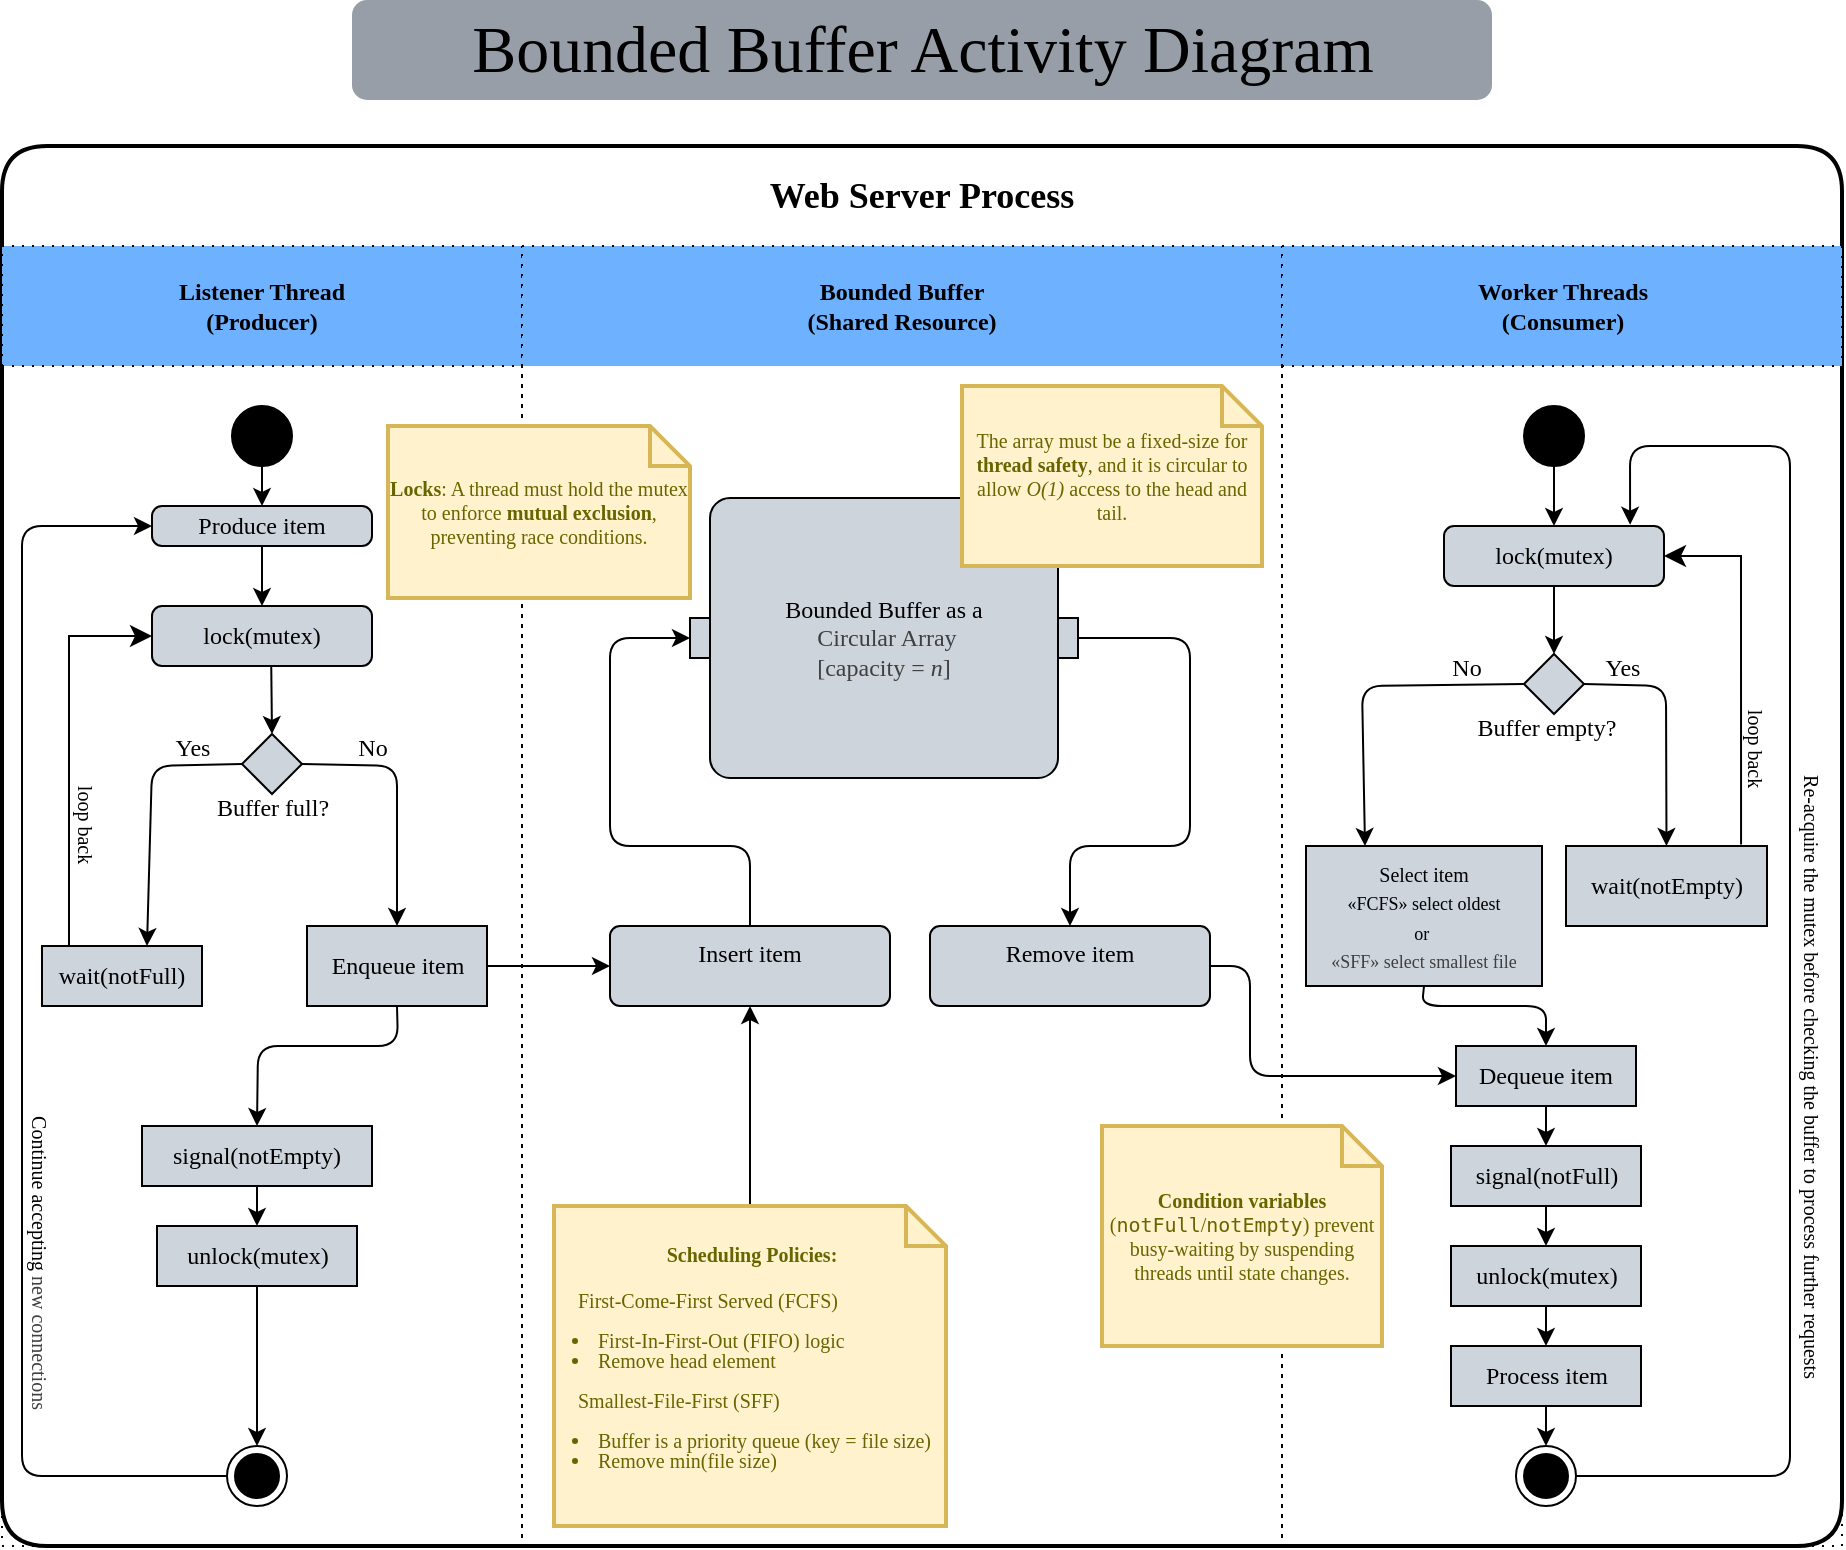
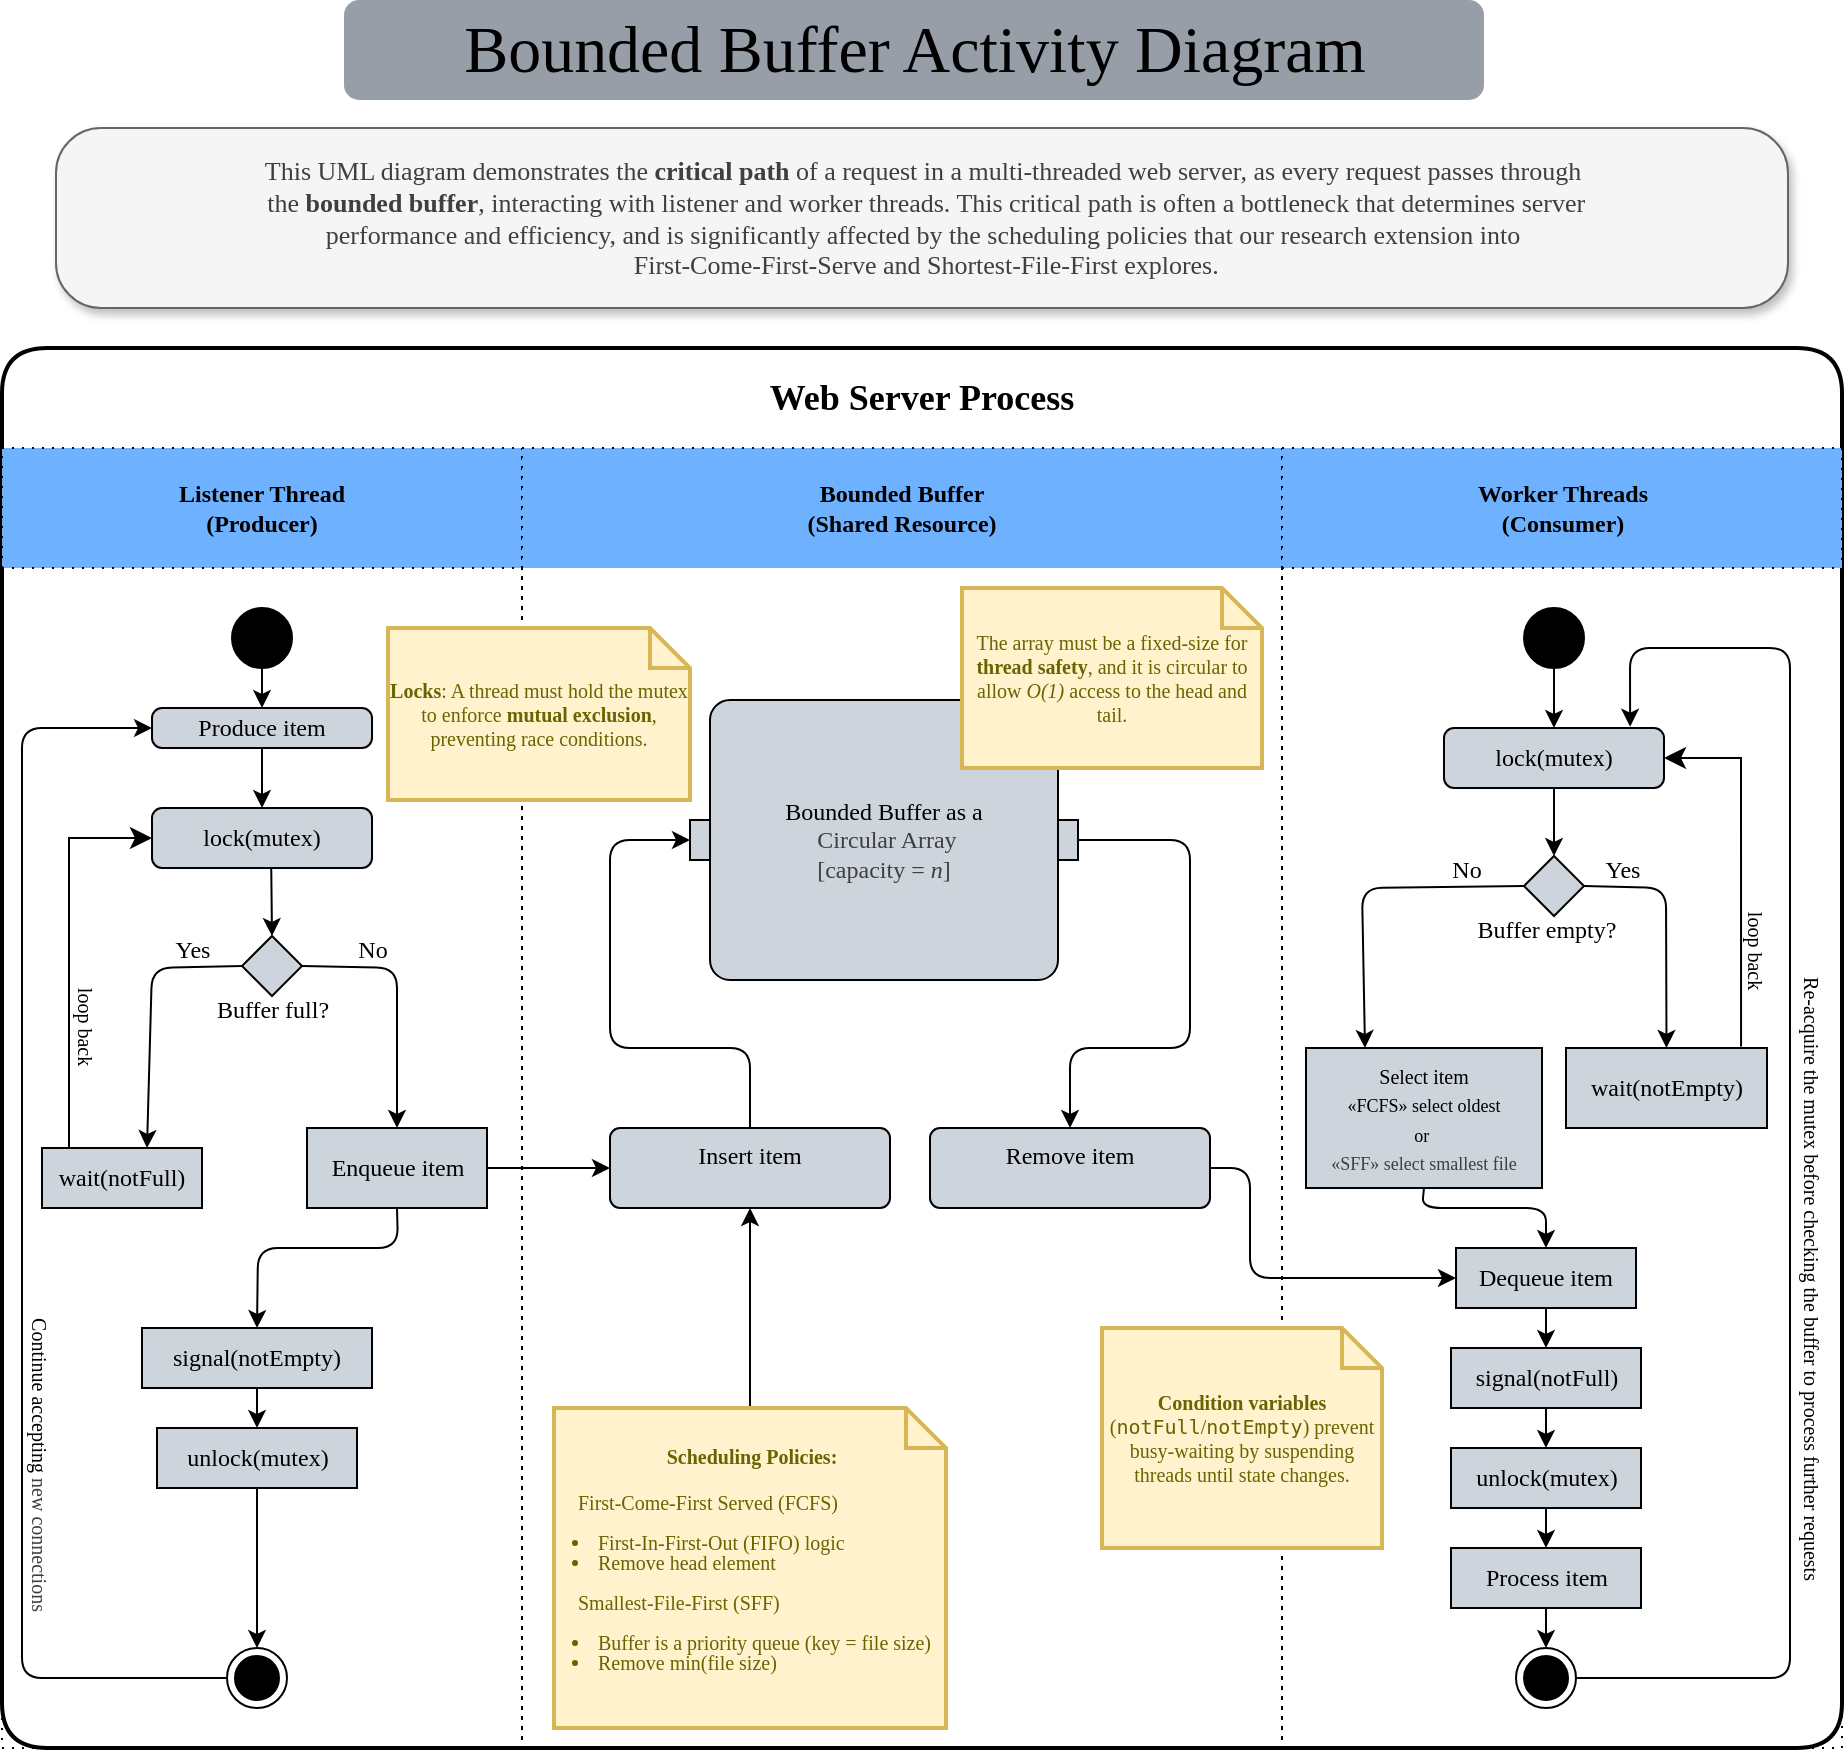
<mxfile host="65bd71144e">
    <diagram id="2PpLBh8199n8eQaGrzBX" name="Page-1">
-         <mxGraphModel dx="1231" dy="759" grid="0" gridSize="1" guides="1" tooltips="1" connect="1" arrows="1" fold="1" page="1" pageScale="1" pageWidth="932" pageHeight="832" background="#FFFFFF" math="0" shadow="0">
+         <mxGraphModel dx="1796" dy="1030" grid="0" gridSize="1" guides="1" tooltips="1" connect="1" arrows="1" fold="1" page="1" pageScale="1" pageWidth="932" pageHeight="932" background="#FFFFFF" math="0" shadow="0">
            <root>
                <mxCell id="0"/>
                <mxCell id="1" parent="0"/>
-                 <mxCell id="2" value="&lt;span style=&quot;font-size: 32.9784px; text-align: start; white-space-collapse: preserve;&quot;&gt;Bounded Buffer Activity Diagram&lt;/span&gt;" style="text;html=1;align=center;verticalAlign=middle;resizable=0;points=[];autosize=1;strokeColor=none;fillColor=#979EA8;labelBackgroundColor=#979EA8;fontFamily=Verdana;rounded=1;" vertex="1" parent="1">
-                     <mxGeometry x="181" y="27" width="570" height="50" as="geometry"/>
-                 </mxCell>
-                 <mxCell id="3" value="&lt;font style=&quot;font-size: 18px;&quot;&gt;Web Server Process&lt;/font&gt;" style="swimlane;html=1;childLayout=stackLayout;resizeParent=1;resizeParentMax=0;startSize=50;whiteSpace=wrap;autosize=1;aspect=fixed;fontFamily=Verdana;labelBorderColor=none;swimlaneFillColor=none;strokeColor=default;strokeWidth=2;perimeterSpacing=4;swimlaneLine=0;rounded=1;glass=0;" vertex="1" parent="1">
-                     <mxGeometry x="6" y="100" width="920" height="700" as="geometry"/>
-                 </mxCell>
-                 <mxCell id="4" value="&lt;font&gt;Listener Thread&lt;/font&gt;&lt;div&gt;&lt;font&gt;(Producer)&lt;/font&gt;&lt;/div&gt;" style="swimlane;html=1;startSize=60;fontFamily=Verdana;whiteSpace=wrap;fillColor=#6DB1FF;strokeColor=default;dashed=1;dashPattern=1 4;" vertex="1" parent="3">
+                 <mxCell id="2" value="&lt;span style=&quot;font-size: 32.9784px; text-align: start; white-space-collapse: preserve;&quot;&gt;Bounded Buffer Activity Diagram&lt;/span&gt;" style="text;html=1;align=center;verticalAlign=middle;resizable=0;points=[];autosize=1;strokeColor=none;fillColor=#979EA8;labelBackgroundColor=#979EA8;fontFamily=Verdana;rounded=1;" parent="1" vertex="1">
+                     <mxGeometry x="177" y="31" width="570" height="50" as="geometry"/>
+                 </mxCell>
+                 <mxCell id="3" value="&lt;font style=&quot;font-size: 18px;&quot;&gt;Web Server Process&lt;/font&gt;" style="swimlane;html=1;childLayout=stackLayout;resizeParent=1;resizeParentMax=0;startSize=50;whiteSpace=wrap;autosize=1;aspect=fixed;fontFamily=Verdana;labelBorderColor=none;swimlaneFillColor=none;strokeColor=default;strokeWidth=2;perimeterSpacing=4;swimlaneLine=0;rounded=1;glass=0;" parent="1" vertex="1">
+                     <mxGeometry x="6" y="205" width="920" height="700" as="geometry"/>
+                 </mxCell>
+                 <mxCell id="4" value="&lt;font&gt;Listener Thread&lt;/font&gt;&lt;div&gt;&lt;font&gt;(Producer)&lt;/font&gt;&lt;/div&gt;" style="swimlane;html=1;startSize=60;fontFamily=Verdana;whiteSpace=wrap;fillColor=#6DB1FF;strokeColor=default;dashed=1;dashPattern=1 4;" parent="3" vertex="1">
                    <mxGeometry y="50" width="260" height="650" as="geometry"/>
                </mxCell>
-                 <mxCell id="47" style="edgeStyle=none;html=1;exitX=0;exitY=0.5;exitDx=0;exitDy=0;entryX=0;entryY=0.5;entryDx=0;entryDy=0;fontFamily=Verdana;" edge="1" parent="4" source="10" target="21">
+                 <mxCell id="47" style="edgeStyle=none;html=1;exitX=0;exitY=0.5;exitDx=0;exitDy=0;entryX=0;entryY=0.5;entryDx=0;entryDy=0;fontFamily=Verdana;" parent="4" source="10" target="21" edge="1">
                    <mxGeometry relative="1" as="geometry">
                        <Array as="points">
                            <mxPoint x="10" y="615"/>
                            <mxPoint x="10" y="140"/>
                        </Array>
                    </mxGeometry>
                </mxCell>
-                 <mxCell id="10" value="" style="ellipse;html=1;shape=endState;fillColor=strokeColor;fontFamily=Verdana;" vertex="1" parent="4">
+                 <mxCell id="10" value="" style="ellipse;html=1;shape=endState;fillColor=strokeColor;fontFamily=Verdana;" parent="4" vertex="1">
                    <mxGeometry x="112.5" y="600" width="30" height="30" as="geometry"/>
                </mxCell>
-                 <mxCell id="35" style="edgeStyle=none;html=1;exitX=0.5;exitY=1;exitDx=0;exitDy=0;entryX=0.5;entryY=0;entryDx=0;entryDy=0;fontFamily=Verdana;" edge="1" parent="4" source="11" target="21">
-                     <mxGeometry relative="1" as="geometry"/>
-                 </mxCell>
-                 <mxCell id="11" value="" style="ellipse;fillColor=strokeColor;html=1;fontFamily=Verdana;" vertex="1" parent="4">
+                 <mxCell id="35" style="edgeStyle=none;html=1;exitX=0.5;exitY=1;exitDx=0;exitDy=0;entryX=0.5;entryY=0;entryDx=0;entryDy=0;fontFamily=Verdana;" parent="4" source="11" target="21" edge="1">
+                     <mxGeometry relative="1" as="geometry"/>
+                 </mxCell>
+                 <mxCell id="11" value="" style="ellipse;fillColor=strokeColor;html=1;fontFamily=Verdana;" parent="4" vertex="1">
                    <mxGeometry x="115" y="80" width="30" height="30" as="geometry"/>
                </mxCell>
-                 <mxCell id="36" style="edgeStyle=none;html=1;exitX=0.5;exitY=1;exitDx=0;exitDy=0;entryX=0.5;entryY=0;entryDx=0;entryDy=0;fontFamily=Verdana;" edge="1" parent="4" source="21" target="22">
+                 <mxCell id="36" style="edgeStyle=none;html=1;exitX=0.5;exitY=1;exitDx=0;exitDy=0;entryX=0.5;entryY=0;entryDx=0;entryDy=0;fontFamily=Verdana;" parent="4" source="21" target="22" edge="1">
                    <mxGeometry relative="1" as="geometry">
                        <mxPoint x="120" y="210" as="targetPoint"/>
                    </mxGeometry>
                </mxCell>
-                 <mxCell id="21" value="Produce item" style="html=1;align=center;verticalAlign=middle;rounded=1;absoluteArcSize=1;arcSize=10;dashed=0;whiteSpace=wrap;fontFamily=Verdana;fillColor=#CED4DB;" vertex="1" parent="4">
+                 <mxCell id="21" value="Produce item" style="html=1;align=center;verticalAlign=middle;rounded=1;absoluteArcSize=1;arcSize=10;dashed=0;whiteSpace=wrap;fontFamily=Verdana;fillColor=#CED4DB;" parent="4" vertex="1">
                    <mxGeometry x="75" y="130" width="110" height="20" as="geometry"/>
                </mxCell>
-                 <mxCell id="46" style="edgeStyle=none;html=1;exitX=0.5;exitY=1;exitDx=0;exitDy=0;fontFamily=Verdana;entryX=0.5;entryY=0;entryDx=0;entryDy=0;" edge="1" parent="4" source="43" target="10">
+                 <mxCell id="46" style="edgeStyle=none;html=1;exitX=0.5;exitY=1;exitDx=0;exitDy=0;fontFamily=Verdana;entryX=0.5;entryY=0;entryDx=0;entryDy=0;" parent="4" source="43" target="10" edge="1">
                    <mxGeometry relative="1" as="geometry">
                        <mxPoint x="130" y="570" as="targetPoint"/>
                    </mxGeometry>
                </mxCell>
-                 <mxCell id="50" value="&lt;font&gt;Continue accepting&amp;nbsp;&lt;/font&gt;&lt;span style=&quot;color: rgb(63, 63, 63); background-color: transparent;&quot;&gt;new connections&lt;/span&gt;" style="text;html=1;align=center;verticalAlign=middle;resizable=0;points=[];autosize=1;strokeColor=none;fillColor=none;fontSize=10;glass=1;rotation=90;fontFamily=Verdana;" vertex="1" parent="4">
+                 <mxCell id="50" value="&lt;font&gt;Continue accepting&amp;nbsp;&lt;/font&gt;&lt;span style=&quot;color: rgb(63, 63, 63); background-color: transparent;&quot;&gt;new connections&lt;/span&gt;" style="text;html=1;align=center;verticalAlign=middle;resizable=0;points=[];autosize=1;strokeColor=none;fillColor=none;fontSize=10;glass=1;rotation=90;fontFamily=Verdana;" parent="4" vertex="1">
                    <mxGeometry x="-86" y="493" width="210" height="30" as="geometry"/>
                </mxCell>
-                 <mxCell id="53" value="&lt;font&gt;loop back&lt;/font&gt;" style="text;html=1;align=center;verticalAlign=middle;resizable=0;points=[];autosize=1;strokeColor=none;fillColor=none;rotation=90;fontFamily=Verdana;fontSize=10;" vertex="1" parent="4">
+                 <mxCell id="53" value="&lt;font&gt;loop back&lt;/font&gt;" style="text;html=1;align=center;verticalAlign=middle;resizable=0;points=[];autosize=1;strokeColor=none;fillColor=none;rotation=90;fontFamily=Verdana;fontSize=10;" parent="4" vertex="1">
                    <mxGeometry x="7" y="274" width="70" height="30" as="geometry"/>
                </mxCell>
-                 <mxCell id="22" value="lock(mutex)" style="html=1;align=center;verticalAlign=middle;rounded=1;absoluteArcSize=1;arcSize=10;dashed=0;whiteSpace=wrap;fontFamily=Verdana;fillColor=#CED4DB;" vertex="1" parent="4">
+                 <mxCell id="22" value="lock(mutex)" style="html=1;align=center;verticalAlign=middle;rounded=1;absoluteArcSize=1;arcSize=10;dashed=0;whiteSpace=wrap;fontFamily=Verdana;fillColor=#CED4DB;" parent="4" vertex="1">
                    <mxGeometry x="75" y="180" width="110" height="30" as="geometry"/>
                </mxCell>
-                 <mxCell id="37" style="edgeStyle=none;html=1;exitX=0.542;exitY=0.986;exitDx=0;exitDy=0;entryX=0.5;entryY=0;entryDx=0;entryDy=0;fontFamily=Verdana;exitPerimeter=0;" edge="1" parent="4" source="22" target="23">
+                 <mxCell id="37" style="edgeStyle=none;html=1;exitX=0.542;exitY=0.986;exitDx=0;exitDy=0;entryX=0.5;entryY=0;entryDx=0;entryDy=0;fontFamily=Verdana;exitPerimeter=0;" parent="4" source="22" target="23" edge="1">
                    <mxGeometry relative="1" as="geometry">
                        <mxPoint x="135" y="300" as="targetPoint"/>
                    </mxGeometry>
                </mxCell>
-                 <mxCell id="29" value="" style="edgeStyle=segmentEdgeStyle;endArrow=classic;html=1;curved=0;rounded=0;endSize=8;startSize=8;sourcePerimeterSpacing=0;targetPerimeterSpacing=0;entryX=0;entryY=0.5;entryDx=0;entryDy=0;fontFamily=Verdana;" edge="1" parent="4" source="25" target="22">
+                 <mxCell id="29" value="" style="edgeStyle=segmentEdgeStyle;endArrow=classic;html=1;curved=0;rounded=0;endSize=8;startSize=8;sourcePerimeterSpacing=0;targetPerimeterSpacing=0;entryX=0;entryY=0.5;entryDx=0;entryDy=0;fontFamily=Verdana;" parent="4" source="25" target="22" edge="1">
                    <mxGeometry width="100" relative="1" as="geometry">
                        <mxPoint x="33.78571428571422" y="290" as="sourcePoint"/>
                        <mxPoint x="20.03571428571422" y="222" as="targetPoint"/>
                        <Array as="points">
                            <mxPoint x="33.5" y="195"/>
                        </Array>
                    </mxGeometry>
                </mxCell>
-                 <mxCell id="25" value="wait(notFull)" style="whiteSpace=wrap;html=1;fontFamily=Verdana;fillColor=#CED4DB;" vertex="1" parent="4">
+                 <mxCell id="25" value="wait(notFull)" style="whiteSpace=wrap;html=1;fontFamily=Verdana;fillColor=#CED4DB;" parent="4" vertex="1">
                    <mxGeometry x="20" y="350" width="80" height="30" as="geometry"/>
                </mxCell>
-                 <mxCell id="34" value="Enqueue item" style="whiteSpace=wrap;html=1;fontFamily=Verdana;fillColor=#CED4DB;" vertex="1" parent="4">
+                 <mxCell id="34" value="Enqueue item" style="whiteSpace=wrap;html=1;fontFamily=Verdana;fillColor=#CED4DB;" parent="4" vertex="1">
                    <mxGeometry x="152.5" y="340" width="90" height="40" as="geometry"/>
                </mxCell>
-                 <mxCell id="27" style="edgeStyle=none;html=1;exitX=0;exitY=0.5;exitDx=0;exitDy=0;entryX=0.5;entryY=0;entryDx=0;entryDy=0;fontFamily=Verdana;" edge="1" parent="4" source="23">
+                 <mxCell id="27" style="edgeStyle=none;html=1;exitX=0;exitY=0.5;exitDx=0;exitDy=0;entryX=0.5;entryY=0;entryDx=0;entryDy=0;fontFamily=Verdana;" parent="4" source="23" edge="1">
                    <mxGeometry relative="1" as="geometry">
                        <mxPoint x="72.5" y="350" as="targetPoint"/>
                        <Array as="points">
                            <mxPoint x="75" y="260"/>
                        </Array>
                    </mxGeometry>
                </mxCell>
-                 <mxCell id="31" value="" style="edgeStyle=none;orthogonalLoop=1;jettySize=auto;html=1;exitX=1;exitY=0.5;exitDx=0;exitDy=0;entryX=0.5;entryY=0;entryDx=0;entryDy=0;fontFamily=Verdana;" edge="1" parent="4" source="23" target="34">
+                 <mxCell id="31" value="" style="edgeStyle=none;orthogonalLoop=1;jettySize=auto;html=1;exitX=1;exitY=0.5;exitDx=0;exitDy=0;entryX=0.5;entryY=0;entryDx=0;entryDy=0;fontFamily=Verdana;" parent="4" source="23" target="34" edge="1">
                    <mxGeometry width="100" relative="1" as="geometry">
                        <mxPoint x="145" y="330" as="sourcePoint"/>
                        <mxPoint x="215" y="410" as="targetPoint"/>
                        <Array as="points">
                            <mxPoint x="197.5" y="260"/>
                        </Array>
                    </mxGeometry>
                </mxCell>
-                 <mxCell id="44" style="edgeStyle=none;html=1;exitX=0.5;exitY=1;exitDx=0;exitDy=0;fontFamily=Verdana;entryX=0.5;entryY=0;entryDx=0;entryDy=0;" edge="1" parent="4" source="34" target="41">
+                 <mxCell id="44" style="edgeStyle=none;html=1;exitX=0.5;exitY=1;exitDx=0;exitDy=0;fontFamily=Verdana;entryX=0.5;entryY=0;entryDx=0;entryDy=0;" parent="4" source="34" target="41" edge="1">
                    <mxGeometry relative="1" as="geometry">
                        <mxPoint x="195" y="390" as="sourcePoint"/>
                        <mxPoint x="130" y="420" as="targetPoint"/>
                        <Array as="points">
                            <mxPoint x="198" y="400"/>
                            <mxPoint x="128" y="400"/>
                        </Array>
                    </mxGeometry>
                </mxCell>
-                 <mxCell id="23" value="" style="rhombus;fontFamily=Verdana;fillColor=#CED4DB;" vertex="1" parent="4">
+                 <mxCell id="23" value="" style="rhombus;fontFamily=Verdana;fillColor=#CED4DB;" parent="4" vertex="1">
                    <mxGeometry x="120" y="244" width="30" height="30" as="geometry"/>
                </mxCell>
-                 <mxCell id="24" value="Buffer full?" style="text;html=1;align=center;verticalAlign=middle;resizable=0;points=[];autosize=1;strokeColor=none;fillColor=none;fontFamily=Verdana;" vertex="1" parent="4">
+                 <mxCell id="24" value="Buffer full?" style="text;html=1;align=center;verticalAlign=middle;resizable=0;points=[];autosize=1;strokeColor=none;fillColor=none;fontFamily=Verdana;" parent="4" vertex="1">
                    <mxGeometry x="90" y="266" width="90" height="30" as="geometry"/>
                </mxCell>
-                 <mxCell id="30" value="Yes" style="text;html=1;align=center;verticalAlign=middle;resizable=0;points=[];autosize=1;strokeColor=none;fillColor=none;fontFamily=Verdana;" vertex="1" parent="4">
+                 <mxCell id="30" value="Yes" style="text;html=1;align=center;verticalAlign=middle;resizable=0;points=[];autosize=1;strokeColor=none;fillColor=none;fontFamily=Verdana;" parent="4" vertex="1">
                    <mxGeometry x="75" y="236" width="40" height="30" as="geometry"/>
                </mxCell>
-                 <mxCell id="32" value="No" style="text;html=1;align=center;verticalAlign=middle;resizable=0;points=[];autosize=1;strokeColor=none;fillColor=none;fontFamily=Verdana;" vertex="1" parent="4">
+                 <mxCell id="32" value="No" style="text;html=1;align=center;verticalAlign=middle;resizable=0;points=[];autosize=1;strokeColor=none;fillColor=none;fontFamily=Verdana;" parent="4" vertex="1">
                    <mxGeometry x="165" y="236" width="40" height="30" as="geometry"/>
                </mxCell>
-                 <mxCell id="59" value="" style="group;fontFamily=Verdana;" vertex="1" connectable="0" parent="4">
+                 <mxCell id="59" value="" style="group;fontFamily=Verdana;" parent="4" vertex="1" connectable="0">
                    <mxGeometry x="70" y="440" width="115" height="80" as="geometry"/>
                </mxCell>
-                 <mxCell id="41" value="signal(notEmpty)" style="whiteSpace=wrap;html=1;fontFamily=Verdana;fillColor=#CED4DB;" vertex="1" parent="59">
+                 <mxCell id="41" value="signal(notEmpty)" style="whiteSpace=wrap;html=1;fontFamily=Verdana;fillColor=#CED4DB;" parent="59" vertex="1">
                    <mxGeometry width="115" height="30" as="geometry"/>
                </mxCell>
-                 <mxCell id="43" value="unlock(mutex)" style="whiteSpace=wrap;html=1;fontFamily=Verdana;fillColor=#CED4DB;" vertex="1" parent="59">
+                 <mxCell id="43" value="unlock(mutex)" style="whiteSpace=wrap;html=1;fontFamily=Verdana;fillColor=#CED4DB;" parent="59" vertex="1">
                    <mxGeometry x="7.5" y="50" width="100" height="30" as="geometry"/>
                </mxCell>
-                 <mxCell id="57" style="edgeStyle=none;html=1;exitX=0.5;exitY=1;exitDx=0;exitDy=0;entryX=0.5;entryY=0;entryDx=0;entryDy=0;fontFamily=Verdana;" edge="1" parent="59" source="41" target="43">
-                     <mxGeometry relative="1" as="geometry"/>
-                 </mxCell>
-                 <mxCell id="5" value="&lt;font&gt;Bounded Buffer&lt;br&gt;(Shared Resource)&lt;/font&gt;" style="swimlane;startSize=60;whiteSpace=wrap;html=1;fontFamily=Verdana;fillColor=#6DB1FF;dashed=1;dashPattern=1 4;swimlaneLine=0;" vertex="1" parent="3">
+                 <mxCell id="57" style="edgeStyle=none;html=1;exitX=0.5;exitY=1;exitDx=0;exitDy=0;entryX=0.5;entryY=0;entryDx=0;entryDy=0;fontFamily=Verdana;" parent="59" source="41" target="43" edge="1">
+                     <mxGeometry relative="1" as="geometry"/>
+                 </mxCell>
+                 <mxCell id="5" value="&lt;font&gt;Bounded Buffer&lt;br&gt;(Shared Resource)&lt;/font&gt;" style="swimlane;startSize=60;whiteSpace=wrap;html=1;fontFamily=Verdana;fillColor=#6DB1FF;dashed=1;dashPattern=1 4;swimlaneLine=0;" parent="3" vertex="1">
                    <mxGeometry x="260" y="50" width="380" height="650" as="geometry"/>
                </mxCell>
-                 <mxCell id="92" style="edgeStyle=none;html=1;exitX=1;exitY=0.5;exitDx=0;exitDy=0;entryX=0.5;entryY=0;entryDx=0;entryDy=0;exitPerimeter=0;" edge="1" parent="5" source="94" target="19">
+                 <mxCell id="92" style="edgeStyle=none;html=1;exitX=1;exitY=0.5;exitDx=0;exitDy=0;entryX=0.5;entryY=0;entryDx=0;entryDy=0;exitPerimeter=0;" parent="5" source="94" target="19" edge="1">
                    <mxGeometry relative="1" as="geometry">
                        <mxPoint x="236" y="265.9999999999998" as="sourcePoint"/>
                        <Array as="points">
                            <mxPoint x="334" y="196"/>
                            <mxPoint x="334" y="300"/>
                            <mxPoint x="274" y="300"/>
                        </Array>
                    </mxGeometry>
                </mxCell>
-                 <mxCell id="93" style="edgeStyle=none;html=1;exitX=0.5;exitY=0;exitDx=0;exitDy=0;entryX=0;entryY=0.5;entryDx=0;entryDy=0;entryPerimeter=0;" edge="1" parent="5" source="18" target="94">
+                 <mxCell id="93" style="edgeStyle=none;html=1;exitX=0.5;exitY=0;exitDx=0;exitDy=0;entryX=0;entryY=0.5;entryDx=0;entryDy=0;entryPerimeter=0;" parent="5" source="18" target="94" edge="1">
                    <mxGeometry relative="1" as="geometry">
                        <mxPoint x="143.99999999999977" y="265.9999999999998" as="targetPoint"/>
                        <Array as="points">
                            <mxPoint x="114" y="300"/>
                            <mxPoint x="44" y="300"/>
                            <mxPoint x="44" y="196"/>
                        </Array>
                    </mxGeometry>
                </mxCell>
-                 <mxCell id="18" value="Insert item" style="html=1;align=center;verticalAlign=top;rounded=1;absoluteArcSize=1;arcSize=10;dashed=0;whiteSpace=wrap;fontFamily=Verdana;fillColor=#CED4DB;" vertex="1" parent="5">
+                 <mxCell id="18" value="Insert item" style="html=1;align=center;verticalAlign=top;rounded=1;absoluteArcSize=1;arcSize=10;dashed=0;whiteSpace=wrap;fontFamily=Verdana;fillColor=#CED4DB;" parent="5" vertex="1">
                    <mxGeometry x="44" y="340" width="140" height="40" as="geometry"/>
                </mxCell>
-                 <mxCell id="101" value="" style="edgeStyle=none;html=1;" edge="1" parent="5" source="20" target="18">
-                     <mxGeometry relative="1" as="geometry"/>
-                 </mxCell>
-                 <mxCell id="20" value="&lt;div style=&quot;text-align: center;&quot;&gt;&lt;b style=&quot;background-color: transparent;&quot;&gt;Scheduling Policies:&lt;/b&gt;&lt;span style=&quot;background-color: transparent;&quot;&gt;&amp;nbsp;&lt;/span&gt;&lt;/div&gt;&lt;div&gt;&lt;font color=&quot;#666600&quot;&gt;&lt;br&gt;&lt;/font&gt;&lt;div style=&quot;line-height: 100%;&quot;&gt;First-Come-First Served (FCFS)&lt;/div&gt;&lt;div style=&quot;line-height: 100%;&quot;&gt;&lt;ul style=&quot;padding-left: 10px;&quot;&gt;&lt;li&gt;First-In-First-Out (FIFO) logic&lt;/li&gt;&lt;li&gt;Remove head element&lt;/li&gt;&lt;/ul&gt;&lt;/div&gt;&lt;div style=&quot;line-height: 100%;&quot;&gt;Smallest-File-First (SFF)&lt;/div&gt;&lt;div style=&quot;line-height: 100%;&quot;&gt;&lt;ul style=&quot;padding-left: 10px;&quot;&gt;&lt;li&gt;Buffer is a priority queue (key = file size)&lt;/li&gt;&lt;li&gt;Remove min(file size)&lt;/li&gt;&lt;/ul&gt;&lt;/div&gt;&lt;/div&gt;" style="shape=note;strokeWidth=2;fontSize=10;size=20;whiteSpace=wrap;html=1;fillColor=#fff2cc;strokeColor=#d6b656;fontColor=#666600;fontFamily=Verdana;align=left;spacingLeft=10;" vertex="1" parent="5">
+                 <mxCell id="101" value="" style="edgeStyle=none;html=1;" parent="5" source="20" target="18" edge="1">
+                     <mxGeometry relative="1" as="geometry"/>
+                 </mxCell>
+                 <mxCell id="20" value="&lt;div style=&quot;text-align: center;&quot;&gt;&lt;b style=&quot;background-color: transparent;&quot;&gt;Scheduling Policies:&lt;/b&gt;&lt;span style=&quot;background-color: transparent;&quot;&gt;&amp;nbsp;&lt;/span&gt;&lt;/div&gt;&lt;div&gt;&lt;font color=&quot;#666600&quot;&gt;&lt;br&gt;&lt;/font&gt;&lt;div style=&quot;line-height: 100%;&quot;&gt;First-Come-First Served (FCFS)&lt;/div&gt;&lt;div style=&quot;line-height: 100%;&quot;&gt;&lt;ul style=&quot;padding-left: 10px;&quot;&gt;&lt;li&gt;First-In-First-Out (FIFO) logic&lt;/li&gt;&lt;li&gt;Remove head element&lt;/li&gt;&lt;/ul&gt;&lt;/div&gt;&lt;div style=&quot;line-height: 100%;&quot;&gt;Smallest-File-First (SFF)&lt;/div&gt;&lt;div style=&quot;line-height: 100%;&quot;&gt;&lt;ul style=&quot;padding-left: 10px;&quot;&gt;&lt;li&gt;Buffer is a priority queue (key = file size)&lt;/li&gt;&lt;li&gt;Remove min(file size)&lt;/li&gt;&lt;/ul&gt;&lt;/div&gt;&lt;/div&gt;" style="shape=note;strokeWidth=2;fontSize=10;size=20;whiteSpace=wrap;html=1;fillColor=#fff2cc;strokeColor=#d6b656;fontColor=#666600;fontFamily=Verdana;align=left;spacingLeft=10;" parent="5" vertex="1">
                    <mxGeometry x="16" y="480" width="196" height="160" as="geometry"/>
                </mxCell>
-                 <mxCell id="19" value="Remove item" style="html=1;align=center;verticalAlign=top;rounded=1;absoluteArcSize=1;arcSize=10;dashed=0;whiteSpace=wrap;fontFamily=Verdana;fillColor=#CED4DB;" vertex="1" parent="5">
+                 <mxCell id="19" value="Remove item" style="html=1;align=center;verticalAlign=top;rounded=1;absoluteArcSize=1;arcSize=10;dashed=0;whiteSpace=wrap;fontFamily=Verdana;fillColor=#CED4DB;" parent="5" vertex="1">
                    <mxGeometry x="204" y="340" width="140" height="40" as="geometry"/>
                </mxCell>
-                 <mxCell id="94" value="&lt;span style=&quot;color: rgb(0, 0, 0); font-family: Verdana;&quot;&gt;Bounded Buffer as a&lt;/span&gt;&lt;div style=&quot;color: rgb(63, 63, 63); scrollbar-color: rgb(226, 226, 226) rgb(251, 251, 251); font-family: Verdana;&quot;&gt;&amp;nbsp;Circular Array&lt;br style=&quot;color: rgb(63, 63, 63); scrollbar-color: rgb(226, 226, 226) rgb(251, 251, 251);&quot;&gt;[capacity =&amp;nbsp;&lt;i style=&quot;color: rgb(63, 63, 63); scrollbar-color: rgb(226, 226, 226) rgb(251, 251, 251);&quot;&gt;n&lt;/i&gt;]&lt;/div&gt;" style="html=1;shape=mxgraph.sysml.isControl;whiteSpace=wrap;align=center;fillColor=#CED4DB;" vertex="1" parent="5">
+                 <mxCell id="94" value="&lt;span style=&quot;color: rgb(0, 0, 0); font-family: Verdana;&quot;&gt;Bounded Buffer as a&lt;/span&gt;&lt;div style=&quot;color: rgb(63, 63, 63); scrollbar-color: rgb(226, 226, 226) rgb(251, 251, 251); font-family: Verdana;&quot;&gt;&amp;nbsp;Circular Array&lt;br style=&quot;color: rgb(63, 63, 63); scrollbar-color: rgb(226, 226, 226) rgb(251, 251, 251);&quot;&gt;[capacity =&amp;nbsp;&lt;i style=&quot;color: rgb(63, 63, 63); scrollbar-color: rgb(226, 226, 226) rgb(251, 251, 251);&quot;&gt;n&lt;/i&gt;]&lt;/div&gt;" style="html=1;shape=mxgraph.sysml.isControl;whiteSpace=wrap;align=center;fillColor=#CED4DB;" parent="5" vertex="1">
                    <mxGeometry x="84" y="126" width="194" height="140" as="geometry"/>
                </mxCell>
-                 <mxCell id="95" value="&lt;div&gt;&lt;br/&gt;&lt;/div&gt;" style="resizable=0;html=1;align=right;verticalAlign=middle;labelPosition=left;verticalLabelPosition=middle;labelBackgroundColor=none;spacingRight=5;" connectable="0" vertex="1" parent="94">
+                 <mxCell id="95" value="&lt;div&gt;&lt;br/&gt;&lt;/div&gt;" style="resizable=0;html=1;align=right;verticalAlign=middle;labelPosition=left;verticalLabelPosition=middle;labelBackgroundColor=none;spacingRight=5;" parent="94" connectable="0" vertex="1">
                    <mxGeometry y="70" as="geometry"/>
                </mxCell>
-                 <mxCell id="16" value="The array must be a fixed-size for &lt;b&gt;thread safety&lt;/b&gt;, and it is circular to allow &lt;i&gt;O(1) &lt;/i&gt;access to the head and tail." style="shape=note;strokeWidth=2;fontSize=10;size=20;whiteSpace=wrap;html=1;fillColor=#fff2cc;strokeColor=#d6b656;fontColor=#666600;fontFamily=Verdana;verticalAlign=middle;" vertex="1" parent="5">
+                 <mxCell id="16" value="The array must be a fixed-size for &lt;b&gt;thread safety&lt;/b&gt;, and it is circular to allow &lt;i&gt;O(1) &lt;/i&gt;access to the head and tail." style="shape=note;strokeWidth=2;fontSize=10;size=20;whiteSpace=wrap;html=1;fillColor=#fff2cc;strokeColor=#d6b656;fontColor=#666600;fontFamily=Verdana;verticalAlign=middle;" parent="5" vertex="1">
                    <mxGeometry x="220" y="70" width="150" height="90" as="geometry"/>
                </mxCell>
-                 <mxCell id="99" value="&lt;b&gt;Locks&lt;/b&gt;: A thread must hold the mutex to enforce &lt;b&gt;mutual exclusion&lt;/b&gt;, preventing race conditions." style="shape=note;strokeWidth=2;fontSize=10;size=20;whiteSpace=wrap;html=1;fillColor=#fff2cc;strokeColor=#d6b656;fontColor=#666600;fontFamily=Verdana;verticalAlign=middle;" vertex="1" parent="5">
+                 <mxCell id="99" value="&lt;b&gt;Locks&lt;/b&gt;: A thread must hold the mutex to enforce &lt;b&gt;mutual exclusion&lt;/b&gt;, preventing race conditions." style="shape=note;strokeWidth=2;fontSize=10;size=20;whiteSpace=wrap;html=1;fillColor=#fff2cc;strokeColor=#d6b656;fontColor=#666600;fontFamily=Verdana;verticalAlign=middle;" parent="5" vertex="1">
                    <mxGeometry x="-67" y="90" width="151" height="86" as="geometry"/>
                </mxCell>
-                 <mxCell id="6" value="&lt;font&gt;Worker Threads&lt;/font&gt;&lt;div&gt;&lt;font&gt;(Consumer)&lt;/font&gt;&lt;/div&gt;" style="swimlane;html=1;startSize=60;fontFamily=Verdana;fillColor=#6DB1FF;strokeColor=default;dashed=1;dashPattern=1 4;" vertex="1" parent="3">
+                 <mxCell id="6" value="&lt;font&gt;Worker Threads&lt;/font&gt;&lt;div&gt;&lt;font&gt;(Consumer)&lt;/font&gt;&lt;/div&gt;" style="swimlane;html=1;startSize=60;fontFamily=Verdana;fillColor=#6DB1FF;strokeColor=default;dashed=1;dashPattern=1 4;" parent="3" vertex="1">
                    <mxGeometry x="640" y="50" width="280" height="650" as="geometry"/>
                </mxCell>
-                 <mxCell id="71" style="edgeStyle=none;html=1;exitX=0.5;exitY=1;exitDx=0;exitDy=0;entryX=0.5;entryY=0;entryDx=0;entryDy=0;fontFamily=Verdana;" edge="1" parent="6" source="13" target="61">
-                     <mxGeometry relative="1" as="geometry"/>
-                 </mxCell>
-                 <mxCell id="13" value="" style="ellipse;fillColor=strokeColor;html=1;fontFamily=Verdana;" vertex="1" parent="6">
+                 <mxCell id="71" style="edgeStyle=none;html=1;exitX=0.5;exitY=1;exitDx=0;exitDy=0;entryX=0.5;entryY=0;entryDx=0;entryDy=0;fontFamily=Verdana;" parent="6" source="13" target="61" edge="1">
+                     <mxGeometry relative="1" as="geometry"/>
+                 </mxCell>
+                 <mxCell id="13" value="" style="ellipse;fillColor=strokeColor;html=1;fontFamily=Verdana;" parent="6" vertex="1">
                    <mxGeometry x="121" y="80" width="30" height="30" as="geometry"/>
                </mxCell>
-                 <mxCell id="61" value="lock(mutex)" style="html=1;align=center;verticalAlign=middle;rounded=1;absoluteArcSize=1;arcSize=10;dashed=0;whiteSpace=wrap;fontFamily=Verdana;fillColor=#CED4DB;" vertex="1" parent="6">
+                 <mxCell id="61" value="lock(mutex)" style="html=1;align=center;verticalAlign=middle;rounded=1;absoluteArcSize=1;arcSize=10;dashed=0;whiteSpace=wrap;fontFamily=Verdana;fillColor=#CED4DB;" parent="6" vertex="1">
                    <mxGeometry x="81" y="140" width="110" height="30" as="geometry"/>
                </mxCell>
-                 <mxCell id="62" style="edgeStyle=none;html=1;exitX=0.5;exitY=1;exitDx=0;exitDy=0;entryX=0.5;entryY=0;entryDx=0;entryDy=0;fontFamily=Verdana;" edge="1" parent="6" source="61" target="67">
+                 <mxCell id="62" style="edgeStyle=none;html=1;exitX=0.5;exitY=1;exitDx=0;exitDy=0;entryX=0.5;entryY=0;entryDx=0;entryDy=0;fontFamily=Verdana;" parent="6" source="61" target="67" edge="1">
                    <mxGeometry relative="1" as="geometry">
                        <mxPoint x="132" y="260" as="targetPoint"/>
                    </mxGeometry>
                </mxCell>
-                 <mxCell id="64" value="wait(notEmpty)" style="whiteSpace=wrap;html=1;fontFamily=Verdana;fillColor=#CED4DB;" vertex="1" parent="6">
+                 <mxCell id="64" value="wait(notEmpty)" style="whiteSpace=wrap;html=1;fontFamily=Verdana;fillColor=#CED4DB;" parent="6" vertex="1">
                    <mxGeometry x="142" y="300" width="100.5" height="40" as="geometry"/>
                </mxCell>
-                 <mxCell id="65" style="edgeStyle=none;html=1;exitX=0;exitY=0.5;exitDx=0;exitDy=0;fontFamily=Verdana;entryX=0.25;entryY=0;entryDx=0;entryDy=0;" edge="1" parent="6" source="67" target="77">
+                 <mxCell id="65" style="edgeStyle=none;html=1;exitX=0;exitY=0.5;exitDx=0;exitDy=0;fontFamily=Verdana;entryX=0.25;entryY=0;entryDx=0;entryDy=0;" parent="6" source="67" target="77" edge="1">
                    <mxGeometry relative="1" as="geometry">
                        <mxPoint x="60" y="390" as="targetPoint"/>
                        <Array as="points">
                            <mxPoint x="40" y="220"/>
                        </Array>
                    </mxGeometry>
                </mxCell>
-                 <mxCell id="66" value="" style="edgeStyle=none;orthogonalLoop=1;jettySize=auto;html=1;exitX=1;exitY=0.5;exitDx=0;exitDy=0;entryX=0.5;entryY=0;entryDx=0;entryDy=0;fontFamily=Verdana;" edge="1" parent="6" source="67" target="64">
+                 <mxCell id="66" value="" style="edgeStyle=none;orthogonalLoop=1;jettySize=auto;html=1;exitX=1;exitY=0.5;exitDx=0;exitDy=0;entryX=0.5;entryY=0;entryDx=0;entryDy=0;fontFamily=Verdana;" parent="6" source="67" target="64" edge="1">
                    <mxGeometry width="100" relative="1" as="geometry">
                        <mxPoint x="142" y="290" as="sourcePoint"/>
                        <mxPoint x="212" y="370" as="targetPoint"/>
                        <Array as="points">
                            <mxPoint x="192" y="220"/>
                        </Array>
                    </mxGeometry>
                </mxCell>
-                 <mxCell id="67" value="" style="rhombus;fontFamily=Verdana;fillColor=#CED4DB;" vertex="1" parent="6">
+                 <mxCell id="67" value="" style="rhombus;fontFamily=Verdana;fillColor=#CED4DB;" parent="6" vertex="1">
                    <mxGeometry x="121" y="204" width="30" height="30" as="geometry"/>
                </mxCell>
-                 <mxCell id="68" value="Buffer empty?" style="text;html=1;align=center;verticalAlign=middle;resizable=0;points=[];autosize=1;strokeColor=none;fillColor=none;fontFamily=Verdana;" vertex="1" parent="6">
+                 <mxCell id="68" value="Buffer empty?" style="text;html=1;align=center;verticalAlign=middle;resizable=0;points=[];autosize=1;strokeColor=none;fillColor=none;fontFamily=Verdana;" parent="6" vertex="1">
                    <mxGeometry x="77" y="226" width="110" height="30" as="geometry"/>
                </mxCell>
-                 <mxCell id="69" value="Yes" style="text;html=1;align=center;verticalAlign=middle;resizable=0;points=[];autosize=1;strokeColor=none;fillColor=none;fontFamily=Verdana;" vertex="1" parent="6">
+                 <mxCell id="69" value="Yes" style="text;html=1;align=center;verticalAlign=middle;resizable=0;points=[];autosize=1;strokeColor=none;fillColor=none;fontFamily=Verdana;" parent="6" vertex="1">
                    <mxGeometry x="150" y="196" width="40" height="30" as="geometry"/>
                </mxCell>
-                 <mxCell id="70" value="No" style="text;html=1;align=center;verticalAlign=middle;resizable=0;points=[];autosize=1;strokeColor=none;fillColor=none;fontFamily=Verdana;" vertex="1" parent="6">
+                 <mxCell id="70" value="No" style="text;html=1;align=center;verticalAlign=middle;resizable=0;points=[];autosize=1;strokeColor=none;fillColor=none;fontFamily=Verdana;" parent="6" vertex="1">
                    <mxGeometry x="72" y="196" width="40" height="30" as="geometry"/>
                </mxCell>
-                 <mxCell id="73" value="" style="edgeStyle=segmentEdgeStyle;endArrow=classic;html=1;curved=0;rounded=0;endSize=8;startSize=8;sourcePerimeterSpacing=0;targetPerimeterSpacing=0;entryX=1;entryY=0.5;entryDx=0;entryDy=0;fontFamily=Verdana;exitX=0.871;exitY=-0.019;exitDx=0;exitDy=0;exitPerimeter=0;" edge="1" parent="6" source="64" target="61">
+                 <mxCell id="73" value="" style="edgeStyle=segmentEdgeStyle;endArrow=classic;html=1;curved=0;rounded=0;endSize=8;startSize=8;sourcePerimeterSpacing=0;targetPerimeterSpacing=0;entryX=1;entryY=0.5;entryDx=0;entryDy=0;fontFamily=Verdana;exitX=0.871;exitY=-0.019;exitDx=0;exitDy=0;exitPerimeter=0;" parent="6" source="64" target="61" edge="1">
                    <mxGeometry width="100" relative="1" as="geometry">
                        <mxPoint x="224" y="300" as="sourcePoint"/>
                        <mxPoint x="182" y="145" as="targetPoint"/>
                        <Array as="points">
                            <mxPoint x="229" y="155"/>
                        </Array>
                    </mxGeometry>
                </mxCell>
-                 <mxCell id="74" value="&lt;font&gt;loop back&lt;/font&gt;" style="text;html=1;align=center;verticalAlign=middle;resizable=0;points=[];autosize=1;strokeColor=none;fillColor=none;rotation=90;fontFamily=Verdana;fontSize=10;flipH=0;flipV=1;" vertex="1" parent="6">
+                 <mxCell id="74" value="&lt;font&gt;loop back&lt;/font&gt;" style="text;html=1;align=center;verticalAlign=middle;resizable=0;points=[];autosize=1;strokeColor=none;fillColor=none;rotation=90;fontFamily=Verdana;fontSize=10;flipH=0;flipV=1;" parent="6" vertex="1">
                    <mxGeometry x="202" y="236" width="70" height="30" as="geometry"/>
                </mxCell>
-                 <mxCell id="80" style="edgeStyle=none;html=1;exitX=0.5;exitY=1;exitDx=0;exitDy=0;entryX=0.5;entryY=0;entryDx=0;entryDy=0;fontFamily=Verdana;" edge="1" parent="6" source="77" target="78">
+                 <mxCell id="80" style="edgeStyle=none;html=1;exitX=0.5;exitY=1;exitDx=0;exitDy=0;entryX=0.5;entryY=0;entryDx=0;entryDy=0;fontFamily=Verdana;" parent="6" source="77" target="78" edge="1">
                    <mxGeometry relative="1" as="geometry">
                        <Array as="points">
                            <mxPoint x="70" y="380"/>
                            <mxPoint x="132" y="380"/>
                        </Array>
                    </mxGeometry>
                </mxCell>
-                 <mxCell id="77" value="&lt;p style=&quot;margin-top: 0px; margin-bottom: 0px;&quot;&gt;&lt;font style=&quot;font-size: 10px;&quot;&gt;Select item&lt;br&gt;&lt;/font&gt;&lt;font style=&quot;font-size: 9px;&quot;&gt;&lt;font style=&quot;&quot;&gt;«FCFS» select oldest&lt;br&gt;&lt;/font&gt;&lt;span style=&quot;background-color: transparent;&quot;&gt;&lt;font style=&quot;&quot;&gt;or&amp;nbsp;&lt;/font&gt;&lt;/span&gt;&lt;/font&gt;&lt;/p&gt;&lt;p style=&quot;margin-top: 0px; margin-bottom: 0px;&quot;&gt;&lt;span style=&quot;color: rgb(63, 63, 63); line-height: 100%;&quot;&gt;&lt;font style=&quot;font-size: 9px;&quot;&gt;«SFF» select smallest file&lt;/font&gt;&lt;/span&gt;&lt;br&gt;&lt;/p&gt;" style="whiteSpace=wrap;html=1;fontFamily=Verdana;fillColor=#CED4DB;" vertex="1" parent="6">
+                 <mxCell id="77" value="&lt;p style=&quot;margin-top: 0px; margin-bottom: 0px;&quot;&gt;&lt;font style=&quot;font-size: 10px;&quot;&gt;Select item&lt;br&gt;&lt;/font&gt;&lt;font style=&quot;font-size: 9px;&quot;&gt;&lt;font style=&quot;&quot;&gt;«FCFS» select oldest&lt;br&gt;&lt;/font&gt;&lt;span style=&quot;background-color: transparent;&quot;&gt;&lt;font style=&quot;&quot;&gt;or&amp;nbsp;&lt;/font&gt;&lt;/span&gt;&lt;/font&gt;&lt;/p&gt;&lt;p style=&quot;margin-top: 0px; margin-bottom: 0px;&quot;&gt;&lt;span style=&quot;color: rgb(63, 63, 63); line-height: 100%;&quot;&gt;&lt;font style=&quot;font-size: 9px;&quot;&gt;«SFF» select smallest file&lt;/font&gt;&lt;/span&gt;&lt;br&gt;&lt;/p&gt;" style="whiteSpace=wrap;html=1;fontFamily=Verdana;fillColor=#CED4DB;" parent="6" vertex="1">
                    <mxGeometry x="12" y="300" width="118" height="70" as="geometry"/>
                </mxCell>
-                 <mxCell id="85" style="edgeStyle=none;html=1;exitX=0.5;exitY=1;exitDx=0;exitDy=0;entryX=0.5;entryY=0;entryDx=0;entryDy=0;" edge="1" parent="6" source="78" target="82">
-                     <mxGeometry relative="1" as="geometry"/>
-                 </mxCell>
-                 <mxCell id="78" value="Dequeue item" style="whiteSpace=wrap;html=1;fontFamily=Verdana;fillColor=#CED4DB;" vertex="1" parent="6">
+                 <mxCell id="85" style="edgeStyle=none;html=1;exitX=0.5;exitY=1;exitDx=0;exitDy=0;entryX=0.5;entryY=0;entryDx=0;entryDy=0;" parent="6" source="78" target="82" edge="1">
+                     <mxGeometry relative="1" as="geometry"/>
+                 </mxCell>
+                 <mxCell id="78" value="Dequeue item" style="whiteSpace=wrap;html=1;fontFamily=Verdana;fillColor=#CED4DB;" parent="6" vertex="1">
                    <mxGeometry x="87" y="400" width="90" height="30" as="geometry"/>
                </mxCell>
-                 <mxCell id="86" value="" style="edgeStyle=none;html=1;entryX=0.5;entryY=0;entryDx=0;entryDy=0;" edge="1" parent="6" source="82" target="83">
-                     <mxGeometry relative="1" as="geometry"/>
-                 </mxCell>
-                 <mxCell id="82" value="signal(notFull)" style="whiteSpace=wrap;html=1;fontFamily=Verdana;fillColor=#CED4DB;" vertex="1" parent="6">
+                 <mxCell id="86" value="" style="edgeStyle=none;html=1;entryX=0.5;entryY=0;entryDx=0;entryDy=0;" parent="6" source="82" target="83" edge="1">
+                     <mxGeometry relative="1" as="geometry"/>
+                 </mxCell>
+                 <mxCell id="82" value="signal(notFull)" style="whiteSpace=wrap;html=1;fontFamily=Verdana;fillColor=#CED4DB;" parent="6" vertex="1">
                    <mxGeometry x="84.5" y="450" width="95" height="30" as="geometry"/>
                </mxCell>
-                 <mxCell id="87" style="edgeStyle=none;html=1;exitX=0.5;exitY=1;exitDx=0;exitDy=0;entryX=0.5;entryY=0;entryDx=0;entryDy=0;" edge="1" parent="6" source="83" target="84">
-                     <mxGeometry relative="1" as="geometry"/>
-                 </mxCell>
-                 <mxCell id="83" value="unlock(mutex)" style="whiteSpace=wrap;html=1;fontFamily=Verdana;fillColor=#CED4DB;" vertex="1" parent="6">
+                 <mxCell id="87" style="edgeStyle=none;html=1;exitX=0.5;exitY=1;exitDx=0;exitDy=0;entryX=0.5;entryY=0;entryDx=0;entryDy=0;" parent="6" source="83" target="84" edge="1">
+                     <mxGeometry relative="1" as="geometry"/>
+                 </mxCell>
+                 <mxCell id="83" value="unlock(mutex)" style="whiteSpace=wrap;html=1;fontFamily=Verdana;fillColor=#CED4DB;" parent="6" vertex="1">
                    <mxGeometry x="84.5" y="500" width="95" height="30" as="geometry"/>
                </mxCell>
-                 <mxCell id="88" style="edgeStyle=none;html=1;exitX=0.5;exitY=1;exitDx=0;exitDy=0;entryX=0.5;entryY=0;entryDx=0;entryDy=0;" edge="1" parent="6" source="84" target="12">
-                     <mxGeometry relative="1" as="geometry"/>
-                 </mxCell>
-                 <mxCell id="84" value="Process item" style="whiteSpace=wrap;html=1;fontFamily=Verdana;fillColor=#CED4DB;" vertex="1" parent="6">
+                 <mxCell id="88" style="edgeStyle=none;html=1;exitX=0.5;exitY=1;exitDx=0;exitDy=0;entryX=0.5;entryY=0;entryDx=0;entryDy=0;" parent="6" source="84" target="12" edge="1">
+                     <mxGeometry relative="1" as="geometry"/>
+                 </mxCell>
+                 <mxCell id="84" value="Process item" style="whiteSpace=wrap;html=1;fontFamily=Verdana;fillColor=#CED4DB;" parent="6" vertex="1">
                    <mxGeometry x="84.5" y="550" width="95" height="30" as="geometry"/>
                </mxCell>
-                 <mxCell id="12" value="" style="ellipse;html=1;shape=endState;fillColor=strokeColor;fontFamily=Verdana;" vertex="1" parent="6">
+                 <mxCell id="12" value="" style="ellipse;html=1;shape=endState;fillColor=strokeColor;fontFamily=Verdana;" parent="6" vertex="1">
                    <mxGeometry x="117" y="600" width="30" height="30" as="geometry"/>
                </mxCell>
-                 <mxCell id="89" style="edgeStyle=none;html=1;exitX=1;exitY=0.5;exitDx=0;exitDy=0;fontFamily=Verdana;entryX=0.846;entryY=-0.022;entryDx=0;entryDy=0;entryPerimeter=0;" edge="1" parent="6" source="12" target="61">
+                 <mxCell id="89" style="edgeStyle=none;html=1;exitX=1;exitY=0.5;exitDx=0;exitDy=0;fontFamily=Verdana;entryX=0.846;entryY=-0.022;entryDx=0;entryDy=0;entryPerimeter=0;" parent="6" source="12" target="61" edge="1">
                    <mxGeometry relative="1" as="geometry">
                        <mxPoint x="151.00000000000045" y="615" as="sourcePoint"/>
                        <mxPoint x="170" y="130" as="targetPoint"/>
                        <Array as="points">
                            <mxPoint x="254.00000000000045" y="615"/>
                            <mxPoint x="254" y="100"/>
                            <mxPoint x="174" y="100"/>
                        </Array>
                    </mxGeometry>
                </mxCell>
-                 <mxCell id="90" value="Re-acquire the mutex before checking the buffer to process further requests" style="text;html=1;align=center;verticalAlign=middle;resizable=0;points=[];autosize=1;strokeColor=none;fillColor=none;fontSize=10;glass=1;rotation=90;fontFamily=Verdana;" vertex="1" parent="6">
+                 <mxCell id="90" value="Re-acquire the mutex before checking the buffer to process further requests" style="text;html=1;align=center;verticalAlign=middle;resizable=0;points=[];autosize=1;strokeColor=none;fillColor=none;fontSize=10;glass=1;rotation=90;fontFamily=Verdana;" parent="6" vertex="1">
                    <mxGeometry x="60" y="400" width="410" height="30" as="geometry"/>
                </mxCell>
-                 <mxCell id="100" value="&lt;span&gt;&lt;b&gt;Condition variables&lt;/b&gt; (&lt;code style=&quot;&quot; data-index-in-node=&quot;33&quot; data-path-to-node=&quot;2,0,0&quot;&gt;notFull&lt;/code&gt;/&lt;code style=&quot;&quot; data-index-in-node=&quot;41&quot; data-path-to-node=&quot;2,0,0&quot;&gt;notEmpty&lt;/code&gt;) prevent busy-waiting by suspending threads until state changes.&lt;/span&gt;" style="shape=note;strokeWidth=2;fontSize=10;size=20;whiteSpace=wrap;html=1;fillColor=#fff2cc;strokeColor=#d6b656;fontColor=#666600;fontFamily=Verdana;verticalAlign=middle;" vertex="1" parent="6">
+                 <mxCell id="100" value="&lt;span&gt;&lt;b&gt;Condition variables&lt;/b&gt; (&lt;code style=&quot;&quot; data-index-in-node=&quot;33&quot; data-path-to-node=&quot;2,0,0&quot;&gt;notFull&lt;/code&gt;/&lt;code style=&quot;&quot; data-index-in-node=&quot;41&quot; data-path-to-node=&quot;2,0,0&quot;&gt;notEmpty&lt;/code&gt;) prevent busy-waiting by suspending threads until state changes.&lt;/span&gt;" style="shape=note;strokeWidth=2;fontSize=10;size=20;whiteSpace=wrap;html=1;fillColor=#fff2cc;strokeColor=#d6b656;fontColor=#666600;fontFamily=Verdana;verticalAlign=middle;" parent="6" vertex="1">
                    <mxGeometry x="-90" y="440" width="140" height="110" as="geometry"/>
                </mxCell>
-                 <mxCell id="39" value="" style="edgeStyle=none;orthogonalLoop=1;jettySize=auto;html=1;fontFamily=Verdana;exitX=1;exitY=0.5;exitDx=0;exitDy=0;entryX=0;entryY=0.5;entryDx=0;entryDy=0;" edge="1" parent="3" source="34" target="18">
+                 <mxCell id="39" value="" style="edgeStyle=none;orthogonalLoop=1;jettySize=auto;html=1;fontFamily=Verdana;exitX=1;exitY=0.5;exitDx=0;exitDy=0;entryX=0;entryY=0.5;entryDx=0;entryDy=0;" parent="3" source="34" target="18" edge="1">
                    <mxGeometry width="100" relative="1" as="geometry">
                        <mxPoint x="260" y="410" as="sourcePoint"/>
                        <mxPoint x="340" y="410" as="targetPoint"/>
                        <Array as="points"/>
                    </mxGeometry>
                </mxCell>
-                 <mxCell id="79" style="edgeStyle=none;html=1;exitX=1;exitY=0.5;exitDx=0;exitDy=0;fontFamily=Verdana;entryX=0;entryY=0.5;entryDx=0;entryDy=0;" edge="1" parent="3" source="19" target="78">
+                 <mxCell id="79" style="edgeStyle=none;html=1;exitX=1;exitY=0.5;exitDx=0;exitDy=0;fontFamily=Verdana;entryX=0;entryY=0.5;entryDx=0;entryDy=0;" parent="3" source="19" target="78" edge="1">
                    <mxGeometry relative="1" as="geometry">
                        <mxPoint x="600" y="465" as="sourcePoint"/>
                        <Array as="points">
                            <mxPoint x="624" y="410"/>
                            <mxPoint x="624" y="465"/>
                        </Array>
                    </mxGeometry>
+                 </mxCell>
+                 <mxCell id="102" value="&lt;div style=&quot;&quot;&gt;&lt;span style=&quot;color: rgb(63, 63, 63); background-color: transparent;&quot;&gt;This UML diagram demonstrates the&amp;nbsp;&lt;/span&gt;&lt;b style=&quot;color: rgb(63, 63, 63); background-color: transparent;&quot;&gt;critical path&lt;/b&gt;&lt;span style=&quot;color: rgb(63, 63, 63); background-color: transparent;&quot;&gt;&amp;nbsp;of a request in a multi-threaded web server, &lt;/span&gt;&lt;span style=&quot;color: rgb(63, 63, 63); background-color: transparent;&quot;&gt;as every request passes through&lt;br&gt;&amp;nbsp;the &lt;/span&gt;&lt;b style=&quot;color: rgb(63, 63, 63); background-color: transparent;&quot;&gt;bounded buffer&lt;/b&gt;&lt;span style=&quot;color: rgb(63, 63, 63); background-color: transparent;&quot;&gt;, interacting with listener and worker threads. This critical path is often a bottleneck&amp;nbsp;&lt;/span&gt;&lt;span style=&quot;color: rgb(63, 63, 63); background-color: transparent;&quot;&gt;that determines server &lt;br&gt;performance and efficiency, and is significantly affected by the scheduling policies that our research extension into&lt;br&gt;&amp;nbsp;&lt;/span&gt;&lt;span style=&quot;color: rgb(63, 63, 63); background-color: transparent;&quot;&gt;First-Come-First-Serve and Shortest-File-First explores.&lt;/span&gt;&lt;/div&gt;" style="text;html=1;align=center;verticalAlign=middle;resizable=0;points=[];autosize=1;strokeColor=#666666;fillColor=#f5f5f5;fontFamily=Verdana;fontSize=13;glass=0;fontColor=#333333;shadow=1;rounded=1;arcSize=25;horizontal=1;spacing=2.0000000000000004;spacingTop=10;spacingBottom=10;" vertex="1" parent="1">
+                     <mxGeometry x="33" y="95" width="866" height="90" as="geometry"/>
                </mxCell>
            </root>
        </mxGraphModel>
    </diagram>
</mxfile>